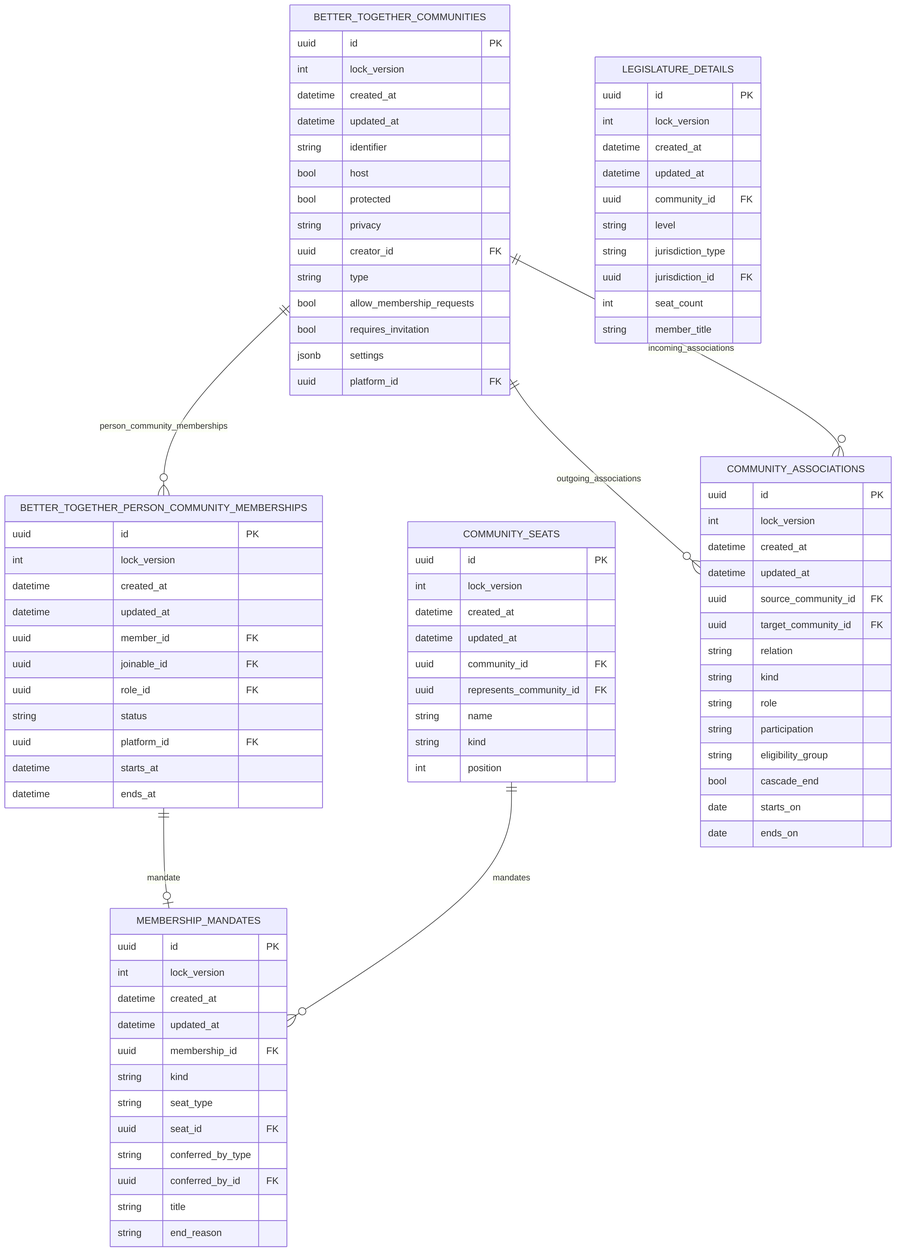
The Mermaid diagram docs/diagrams/exports/png/nlo_civic_roles_schema_erd.png in better-together-solutions/newfoundlandlabradoronline, before a commit. Its source is kept beside it as docs/diagrams/source/nlo_civic_roles_schema_erd.mmd. The source it was exported from:
```mermaid
erDiagram
  BETTER_TOGETHER_COMMUNITIES {
    uuid id PK
    int lock_version
    datetime created_at
    datetime updated_at
    string identifier
    bool host
    bool protected
    string privacy
    uuid creator_id FK
    string type
    bool allow_membership_requests
    bool requires_invitation
    jsonb settings
    uuid platform_id FK
  }
  BETTER_TOGETHER_PERSON_COMMUNITY_MEMBERSHIPS {
    uuid id PK
    int lock_version
    datetime created_at
    datetime updated_at
    uuid member_id FK
    uuid joinable_id FK
    uuid role_id FK
    string status
    uuid platform_id FK
    datetime starts_at
    datetime ends_at
  }
  MEMBERSHIP_MANDATES {
    uuid id PK
    int lock_version
    datetime created_at
    datetime updated_at
    uuid membership_id FK
    string kind
    string seat_type
    uuid seat_id FK
    string conferred_by_type
    uuid conferred_by_id FK
    string title
    string end_reason
  }
  COMMUNITY_SEATS {
    uuid id PK
    int lock_version
    datetime created_at
    datetime updated_at
    uuid community_id FK
    uuid represents_community_id FK
    string name
    string kind
    int position
  }
  COMMUNITY_ASSOCIATIONS {
    uuid id PK
    int lock_version
    datetime created_at
    datetime updated_at
    uuid source_community_id FK
    uuid target_community_id FK
    string relation
    string kind
    string role
    string participation
    string eligibility_group
    bool cascade_end
    date starts_on
    date ends_on
  }
  LEGISLATURE_DETAILS {
    uuid id PK
    int lock_version
    datetime created_at
    datetime updated_at
    uuid community_id FK
    string level
    string jurisdiction_type
    uuid jurisdiction_id FK
    int seat_count
    string member_title
  }
  BETTER_TOGETHER_COMMUNITIES ||--o{ BETTER_TOGETHER_PERSON_COMMUNITY_MEMBERSHIPS : "person_community_memberships"
  BETTER_TOGETHER_COMMUNITIES ||--o{ COMMUNITY_ASSOCIATIONS : "outgoing_associations"
  BETTER_TOGETHER_COMMUNITIES ||--o{ COMMUNITY_ASSOCIATIONS : "incoming_associations"
  BETTER_TOGETHER_PERSON_COMMUNITY_MEMBERSHIPS ||--o| MEMBERSHIP_MANDATES : "mandate"
  COMMUNITY_SEATS ||--o{ MEMBERSHIP_MANDATES : "mandates"
```
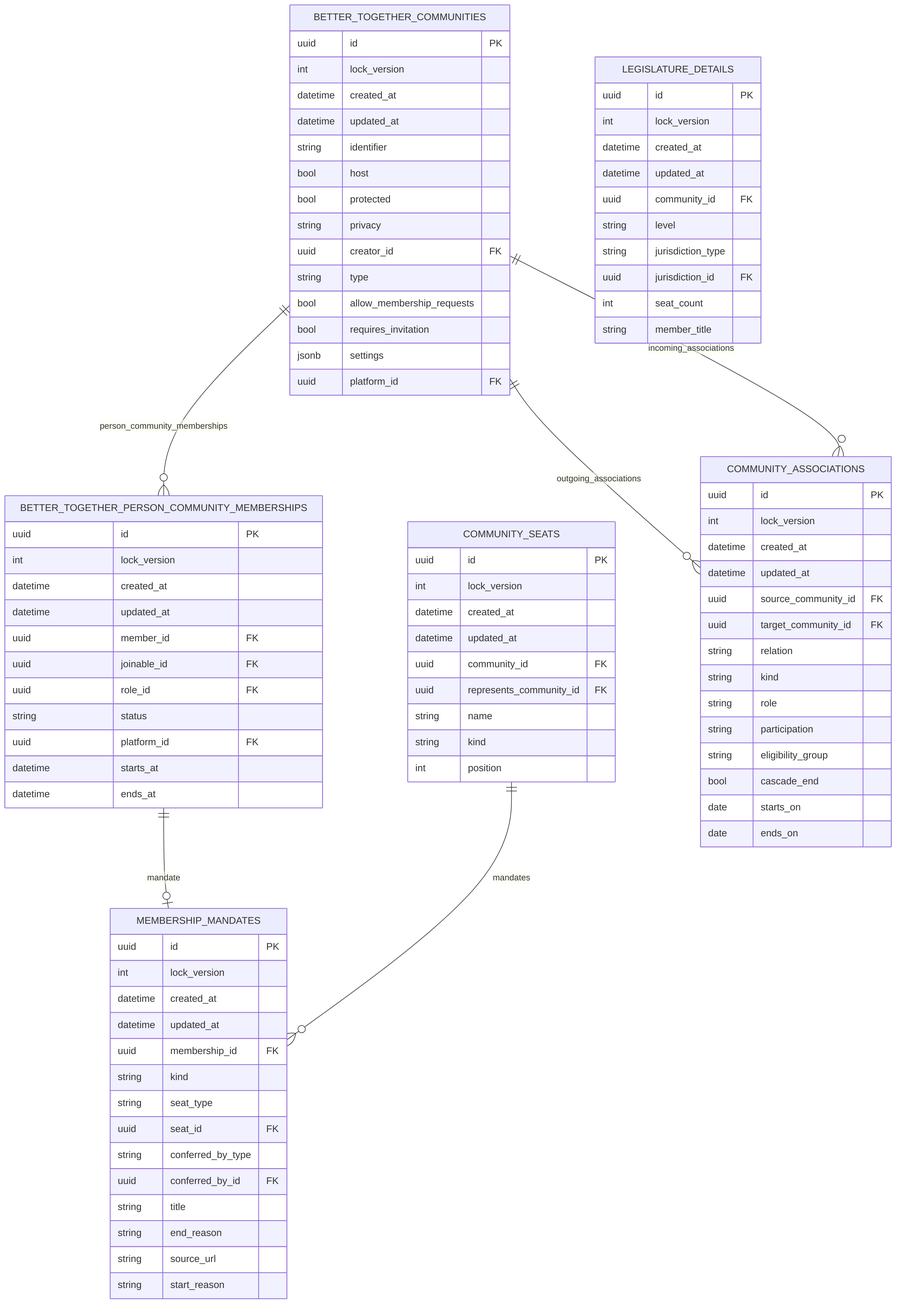
The same file after the commit.

What changed in the source:
```diff
@@ -41,6 +41,8 @@
     uuid conferred_by_id FK
     string title
     string end_reason
+    string source_url
+    string start_reason
   }
   COMMUNITY_SEATS {
     uuid id PK
```
